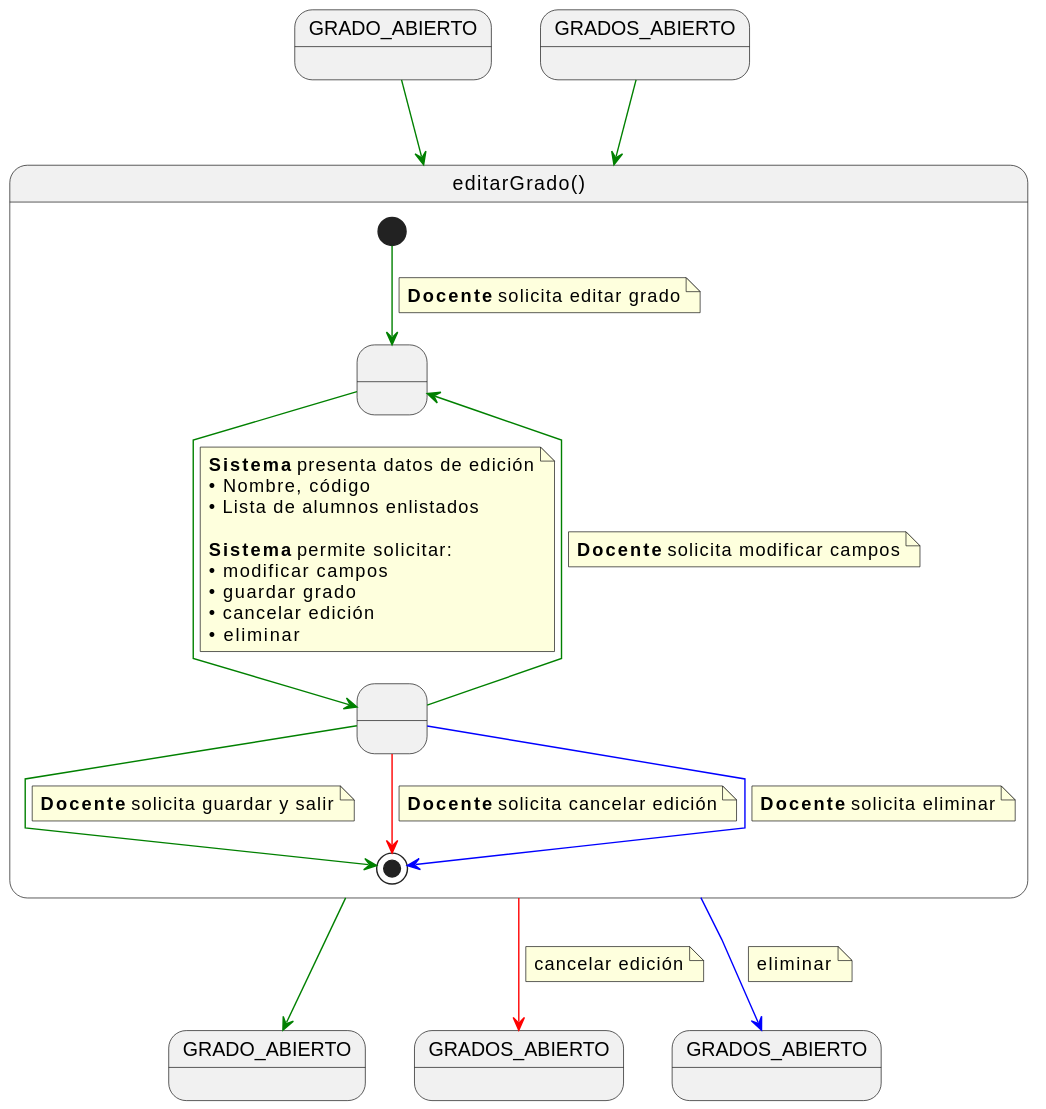
Above: documents/casos-de-uso/detalladoCasosDeUso/editarGrado/editarGrado.svg in martinlopez7/25-26-IdSw1-SdR (PlantUML), before the change.
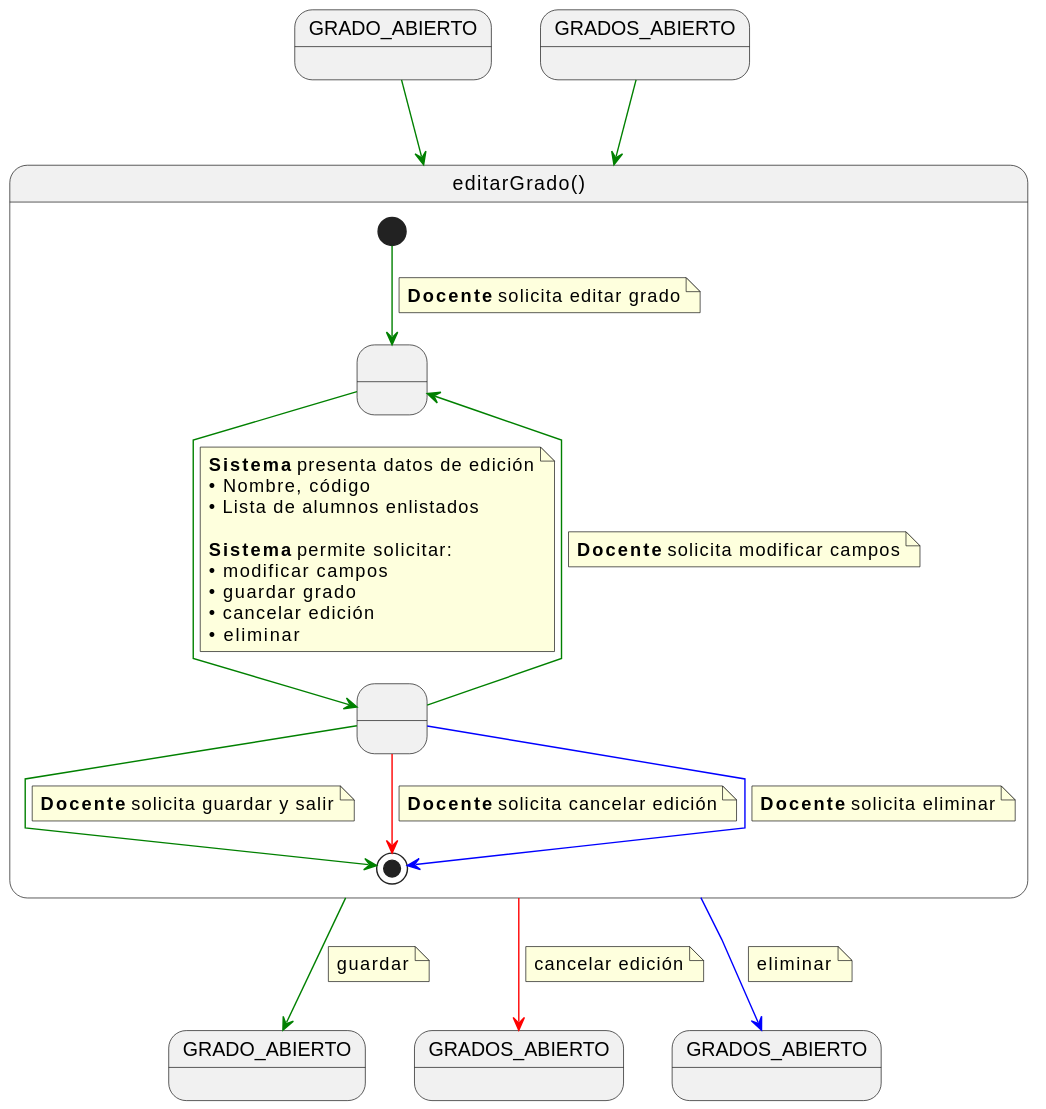
Later version of the same file.

Change to the diagram source:
```diff
@@ -57,6 +57,9 @@
 GRADOS_ABIERTO -[#green]-> editarGrado
 
 editarGrado -[#green]-> GRADO_ABIERTO2
+note on link
+guardar
+end note
 
 editarGrado -[#red]-> GRADOS_ABIERTO2
 note on link
```
